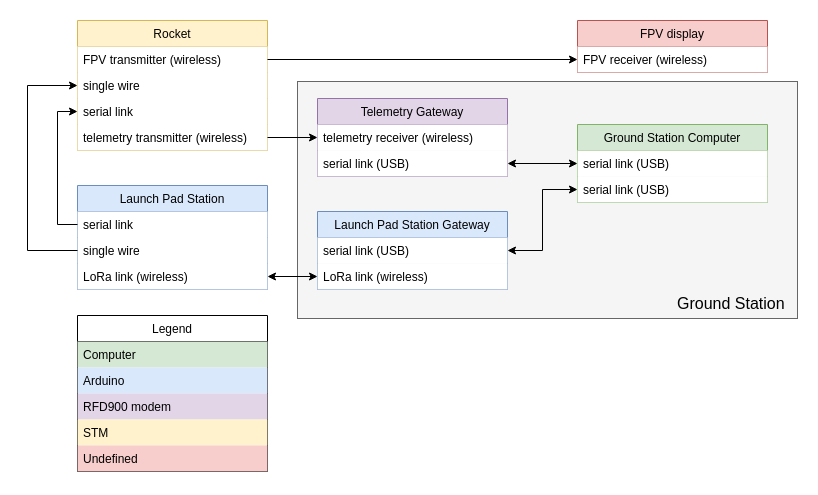
This is doc/diagrams/data_links.png from aesirkth/ground-control, a draw.io export, as it was before one commit. Source tidied: cells renumbered, new cells last; positions are measured from the earlier drawing's top-left corner, leaving out a move shared by most shapes.
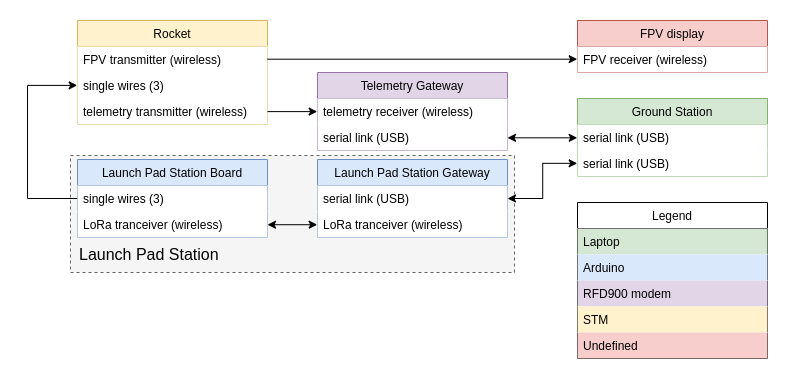
Above is the later version.

The edit, as a diff of the source:
```diff
@@ -2,51 +2,42 @@
   <root>
     <mxCell id="0" />
     <mxCell id="1" parent="0" />
-    <mxCell id="2" style="rounded=0;whiteSpace=wrap;html=1;fillColor=#f5f5f5;strokeColor=#666666;fontColor=#333333;" parent="1" vertex="1">
-      <mxGeometry x="270" y="61" width="500" height="237" as="geometry" />
+    <mxCell id="2" style="rounded=0;whiteSpace=wrap;html=1;fillColor=#f5f5f5;strokeColor=#666666;fontColor=#333333;dashed=1;" parent="1" vertex="1">
+      <mxGeometry x="43" y="161" width="444" height="117" as="geometry" />
     </mxCell>
     <mxCell id="3" value="Rocket" style="swimlane;fontStyle=0;horizontal=1;startSize=26;fillColor=#fff2cc;strokeColor=#d6b656;" parent="1" vertex="1">
-      <mxGeometry x="50" width="190" height="130" as="geometry" />
+      <mxGeometry x="50" y="26" width="190" height="104" as="geometry" />
     </mxCell>
     <mxCell id="4" value="FPV transmitter (wireless)&#10;" style="text;strokeColor=none;fillColor=#ffffff;align=left;verticalAlign=top;spacingLeft=4;spacingRight=4;overflow=hidden;points=[[0,0.5],[1,0.5]];portConstraint=eastwest;" parent="3" vertex="1">
       <mxGeometry y="26" width="190" height="26" as="geometry" />
     </mxCell>
-    <mxCell id="5" value="single wire" style="text;strokeColor=none;fillColor=#ffffff;align=left;verticalAlign=top;spacingLeft=4;spacingRight=4;overflow=hidden;points=[[0,0.5],[1,0.5]];portConstraint=eastwest;" parent="3" vertex="1">
+    <mxCell id="5" value="single wires (3)" style="text;strokeColor=none;fillColor=#ffffff;align=left;verticalAlign=top;spacingLeft=4;spacingRight=4;overflow=hidden;points=[[0,0.5],[1,0.5]];portConstraint=eastwest;" parent="3" vertex="1">
       <mxGeometry y="52" width="190" height="26" as="geometry" />
     </mxCell>
-    <mxCell id="6" value="serial link" style="text;strokeColor=none;fillColor=#ffffff;align=left;verticalAlign=top;spacingLeft=4;spacingRight=4;overflow=hidden;points=[[0,0.5],[1,0.5]];portConstraint=eastwest;" parent="3" vertex="1">
-      <mxGeometry y="78" width="190" height="26" as="geometry" />
-    </mxCell>
     <mxCell id="7" value="telemetry transmitter (wireless)" style="text;strokeColor=none;fillColor=#ffffff;align=left;verticalAlign=top;spacingLeft=4;spacingRight=4;overflow=hidden;points=[[0,0.5],[1,0.5]];portConstraint=eastwest;" parent="3" vertex="1">
-      <mxGeometry y="104" width="190" height="26" as="geometry" />
+      <mxGeometry y="78" width="190" height="26" as="geometry" />
     </mxCell>
     <mxCell id="8" style="edgeStyle=orthogonalEdgeStyle;rounded=0;jettySize=auto;html=1;exitX=1;exitY=0.5;exitDx=0;exitDy=0;entryX=0;entryY=0.5;entryDx=0;entryDy=0;startArrow=classic;startFill=1;" parent="1" edge="1" source="12" target="23">
       <mxGeometry relative="1" as="geometry" />
     </mxCell>
-    <mxCell id="9" value="Launch Pad Station" style="swimlane;fontStyle=0;horizontal=1;startSize=26;fillColor=#dae8fc;strokeColor=#6c8ebf;" parent="1" vertex="1">
-      <mxGeometry x="50" y="165" width="190" height="104" as="geometry" />
+    <mxCell id="9" value="Launch Pad Station Board" style="swimlane;fontStyle=0;horizontal=1;startSize=26;fillColor=#dae8fc;strokeColor=#6c8ebf;" parent="1" vertex="1">
+      <mxGeometry x="50" y="165" width="190" height="78" as="geometry" />
     </mxCell>
-    <mxCell id="10" value="serial link" style="text;strokeColor=none;fillColor=#ffffff;align=left;verticalAlign=top;spacingLeft=4;spacingRight=4;overflow=hidden;points=[[0,0.5],[1,0.5]];portConstraint=eastwest;" parent="9" vertex="1">
-      <mxGeometry y="26" width="190" height="26" as="geometry" />
-    </mxCell>
-    <mxCell id="11" value="single wire" style="text;strokeColor=none;fillColor=#ffffff;align=left;verticalAlign=top;spacingLeft=4;spacingRight=4;overflow=hidden;points=[[0,0.5],[1,0.5]];portConstraint=eastwest;" parent="9" vertex="1">
-      <mxGeometry y="52" width="190" height="26" as="geometry" />
+    <mxCell id="11" value="single wires (3)" style="text;strokeColor=none;fillColor=#ffffff;align=left;verticalAlign=top;spacingLeft=4;spacingRight=4;overflow=hidden;points=[[0,0.5],[1,0.5]];portConstraint=eastwest;" parent="9" vertex="1">
+      <mxGeometry y="26" width="190" height="26" as="geometry" />
     </mxCell>
-    <mxCell id="12" value="LoRa link (wireless)" style="text;strokeColor=none;fillColor=#ffffff;align=left;verticalAlign=top;spacingLeft=4;spacingRight=4;overflow=hidden;points=[[0,0.5],[1,0.5]];portConstraint=eastwest;" parent="9" vertex="1">
-      <mxGeometry y="78" width="190" height="26" as="geometry" />
+    <mxCell id="12" value="LoRa tranceiver (wireless)" style="text;strokeColor=none;fillColor=#ffffff;align=left;verticalAlign=top;spacingLeft=4;spacingRight=4;overflow=hidden;points=[[0,0.5],[1,0.5]];portConstraint=eastwest;" parent="9" vertex="1">
+      <mxGeometry y="52" width="190" height="26" as="geometry" />
     </mxCell>
-    <mxCell id="13" style="edgeStyle=orthogonalEdgeStyle;rounded=0;jettySize=auto;html=1;exitX=0;exitY=0.5;exitDx=0;exitDy=0;entryX=0;entryY=0.5;entryDx=0;entryDy=0;startArrow=none;startFill=0;endArrow=classic;endFill=1;" parent="1" edge="1" source="10" target="6">
-      <mxGeometry relative="1" as="geometry" />
-    </mxCell>
     <mxCell id="14" style="edgeStyle=orthogonalEdgeStyle;rounded=0;jettySize=auto;html=1;exitX=0;exitY=0.5;exitDx=0;exitDy=0;entryX=0;entryY=0.5;entryDx=0;entryDy=0;" parent="1" edge="1" source="11" target="5">
       <mxGeometry relative="1" as="geometry">
         <Array as="points">
-          <mxPoint y="230" />
-          <mxPoint y="65" />
+          <mxPoint y="204" />
+          <mxPoint y="91" />
         </Array>
       </mxGeometry>
     </mxCell>
-    <mxCell id="15" value="Ground Station Computer" style="swimlane;fontStyle=0;horizontal=1;startSize=26;fillColor=#d5e8d4;strokeColor=#82b366;" parent="1" vertex="1">
+    <mxCell id="15" value="Ground Station" style="swimlane;fontStyle=0;horizontal=1;startSize=26;fillColor=#d5e8d4;strokeColor=#82b366;" parent="1" vertex="1">
       <mxGeometry x="550" y="104" width="190" height="78" as="geometry" />
     </mxCell>
     <mxCell id="16" value="serial link (USB)" style="text;strokeColor=none;fillColor=#ffffff;align=left;verticalAlign=top;spacingLeft=4;spacingRight=4;overflow=hidden;points=[[0,0.5],[1,0.5]];portConstraint=eastwest;" parent="15" vertex="1">
@@ -65,12 +56,12 @@
       <mxGeometry y="52" width="190" height="26" as="geometry" />
     </mxCell>
     <mxCell id="21" value="Launch Pad Station Gateway" style="swimlane;fontStyle=0;horizontal=1;startSize=26;fillColor=#dae8fc;strokeColor=#6c8ebf;" parent="1" vertex="1">
-      <mxGeometry x="290" y="191" width="190" height="78" as="geometry" />
+      <mxGeometry x="290" y="165" width="190" height="78" as="geometry" />
     </mxCell>
     <mxCell id="22" value="serial link (USB)" style="text;strokeColor=none;fillColor=#ffffff;align=left;verticalAlign=top;spacingLeft=4;spacingRight=4;overflow=hidden;points=[[0,0.5],[1,0.5]];portConstraint=eastwest;" parent="21" vertex="1">
       <mxGeometry y="26" width="190" height="26" as="geometry" />
     </mxCell>
-    <mxCell id="23" value="LoRa link (wireless)" style="text;strokeColor=none;fillColor=#ffffff;align=left;verticalAlign=top;spacingLeft=4;spacingRight=4;overflow=hidden;points=[[0,0.5],[1,0.5]];portConstraint=eastwest;" parent="21" vertex="1">
+    <mxCell id="23" value="LoRa tranceiver (wireless)" style="text;strokeColor=none;fillColor=#ffffff;align=left;verticalAlign=top;spacingLeft=4;spacingRight=4;overflow=hidden;points=[[0,0.5],[1,0.5]];portConstraint=eastwest;" parent="21" vertex="1">
       <mxGeometry y="52" width="190" height="26" as="geometry" />
     </mxCell>
     <mxCell id="24" style="edgeStyle=orthogonalEdgeStyle;rounded=0;jettySize=auto;html=1;exitX=0;exitY=0.5;exitDx=0;exitDy=0;entryX=1;entryY=0.5;entryDx=0;entryDy=0;startArrow=classic;startFill=1;" parent="1" edge="1" source="17" target="22">
@@ -83,7 +74,7 @@
       <mxGeometry relative="1" as="geometry" />
     </mxCell>
     <mxCell id="27" value="FPV display" style="swimlane;fontStyle=0;horizontal=1;startSize=26;fillColor=#f8cecc;strokeColor=#b85450;" parent="1" vertex="1">
-      <mxGeometry x="550" width="190" height="52" as="geometry" />
+      <mxGeometry x="550" y="26" width="190" height="52" as="geometry" />
     </mxCell>
     <mxCell id="28" value="FPV receiver (wireless)" style="text;strokeColor=none;fillColor=#ffffff;align=left;verticalAlign=top;spacingLeft=4;spacingRight=4;overflow=hidden;points=[[0,0.5],[1,0.5]];portConstraint=eastwest;" parent="27" vertex="1">
       <mxGeometry y="26" width="190" height="26" as="geometry" />
@@ -92,9 +83,9 @@
       <mxGeometry relative="1" as="geometry" />
     </mxCell>
     <mxCell id="30" value="Legend" style="swimlane;fontStyle=0;horizontal=1;startSize=26;strokeColor=#000000;" parent="1" vertex="1">
-      <mxGeometry x="50" y="295" width="190" height="156" as="geometry" />
+      <mxGeometry x="550" y="208" width="190" height="156" as="geometry" />
     </mxCell>
-    <mxCell id="31" value="Computer" style="text;strokeColor=none;fillColor=#d5e8d4;align=left;verticalAlign=top;spacingLeft=4;spacingRight=4;overflow=hidden;" parent="30" vertex="1">
+    <mxCell id="31" value="Laptop" style="text;strokeColor=none;fillColor=#d5e8d4;align=left;verticalAlign=top;spacingLeft=4;spacingRight=4;overflow=hidden;" parent="30" vertex="1">
       <mxGeometry y="26" width="190" height="26" as="geometry" />
     </mxCell>
     <mxCell id="32" value="Arduino" style="text;strokeColor=none;fillColor=#dae8fc;align=left;verticalAlign=top;spacingLeft=4;spacingRight=4;overflow=hidden;" parent="30" vertex="1">
@@ -109,8 +100,8 @@
     <mxCell id="35" value="Undefined" style="text;strokeColor=none;fillColor=#f8cecc;align=left;verticalAlign=top;spacingLeft=4;spacingRight=4;overflow=hidden;" parent="30" vertex="1">
       <mxGeometry y="130" width="190" height="26" as="geometry" />
     </mxCell>
-    <mxCell id="36" value="Ground Station" style="text;html=1;align=left;verticalAlign=top;spacingTop=-4;fontSize=16;" parent="1" vertex="1">
-      <mxGeometry x="648" y="271" width="90" height="20" as="geometry" />
+    <mxCell id="36" value="Launch Pad Station" style="text;html=1;align=left;verticalAlign=top;spacingTop=-4;fontSize=16;" parent="1" vertex="1">
+      <mxGeometry x="50" y="248" width="160" height="20" as="geometry" />
     </mxCell>
   </root>
 </mxGraphModel>
```
